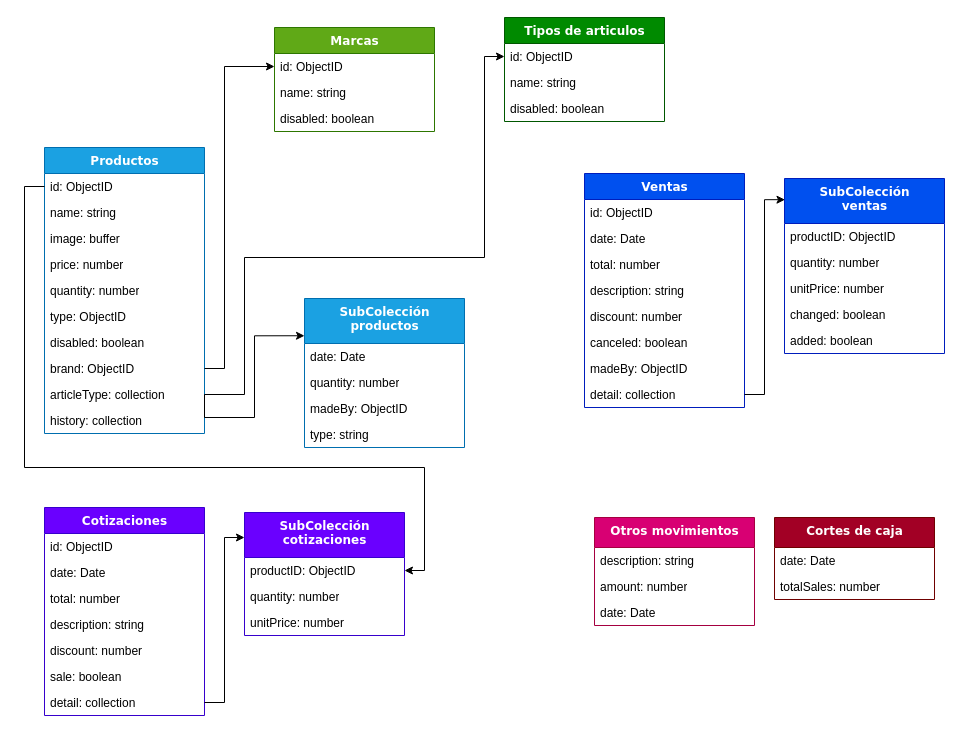
This is dbDiagram.drawio from Carlos-Padron/stationery-node, a draw.io file, before an edit. Source tidied: cells renumbered, new cells numbered last; positions are measured from the earlier drawing's top-left corner, leaving out a move shared by most shapes. Both pictures are drawn from the tidied source at 100%, with x=0, y=0 at pixel (24, 17).
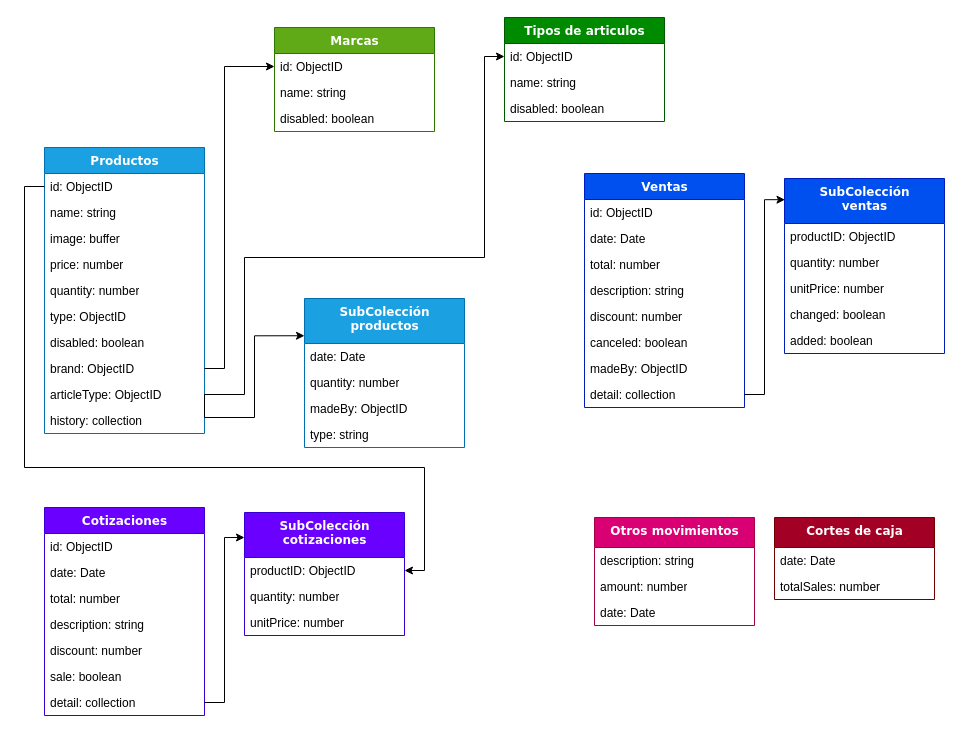
The same page after the edit.

Unchanged cells that the change refers to:
```xml
<mxCell id="10" value="Productos" style="swimlane;html=1;fontStyle=1;align=center;verticalAlign=top;horizontal=1;startSize=26;swimlaneFillColor=#ffffff;rounded=0;shadow=0;comic=0;labelBackgroundColor=none;strokeWidth=1;fillColor=#1ba1e2;fontFamily=Verdana;fontSize=12;strokeColor=#006EAF;fontColor=#ffffff;" parent="1" vertex="1">
  <mxGeometry x="20" y="130" width="160" height="286" as="geometry" />
</mxCell>
```

Diff of the diagram source:
```diff
@@
-    <mxCell id="19" value="articleType: collection" style="text;html=1;strokeColor=none;fillColor=none;align=left;verticalAlign=top;spacingLeft=4;spacingRight=4;whiteSpace=wrap;overflow=hidden;points=[[0,0.5],[1,0.5]];portConstraint=eastwest;" parent="10" vertex="1">
+    <mxCell id="19" value="articleType: ObjectID" style="text;html=1;strokeColor=none;fillColor=none;align=left;verticalAlign=top;spacingLeft=4;spacingRight=4;whiteSpace=wrap;overflow=hidden;points=[[0,0.5],[1,0.5]];portConstraint=eastwest;" parent="10" vertex="1">
       <mxGeometry y="234" width="160" height="26" as="geometry" />
     </mxCell>
```
